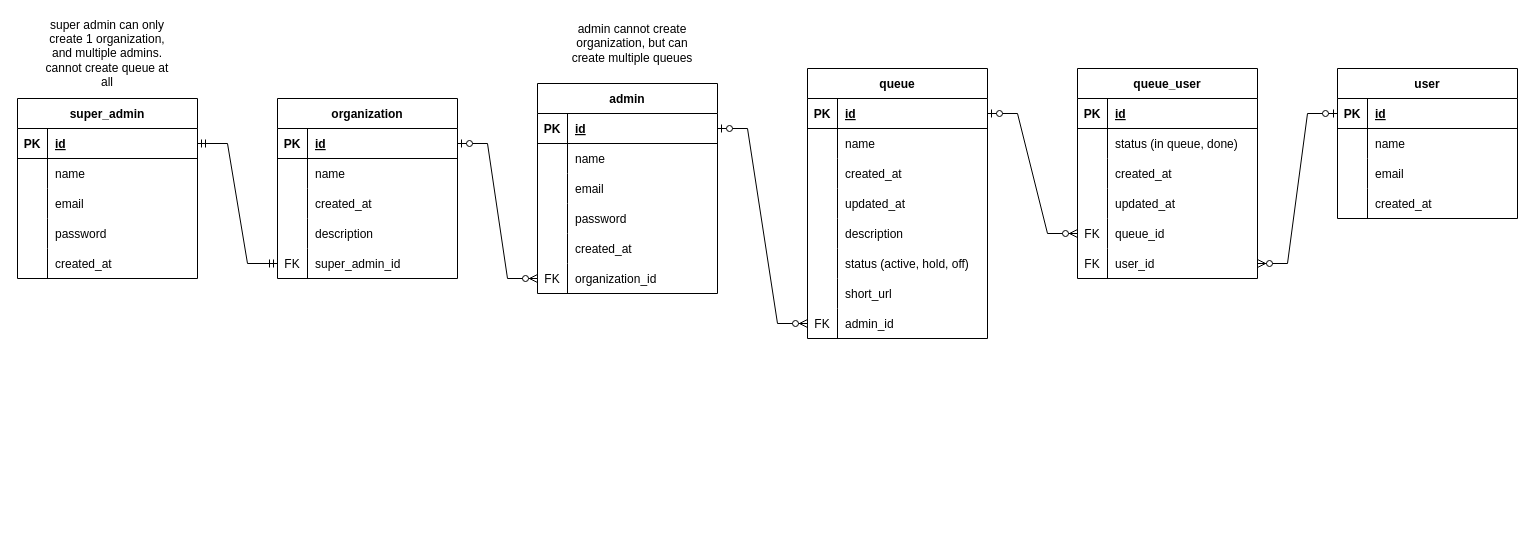
firdausraginda/antriin.id keeps this draw.io diagram as antriin-erd.drawio. Above is the earlier version. Source tidied: cells renumbered, new cells numbered last; positions are measured from the earlier drawing's top-left corner, leaving out a move shared by most shapes. Both pictures are drawn from the tidied source at 100%, with x=0, y=0 at pixel (17, 28).
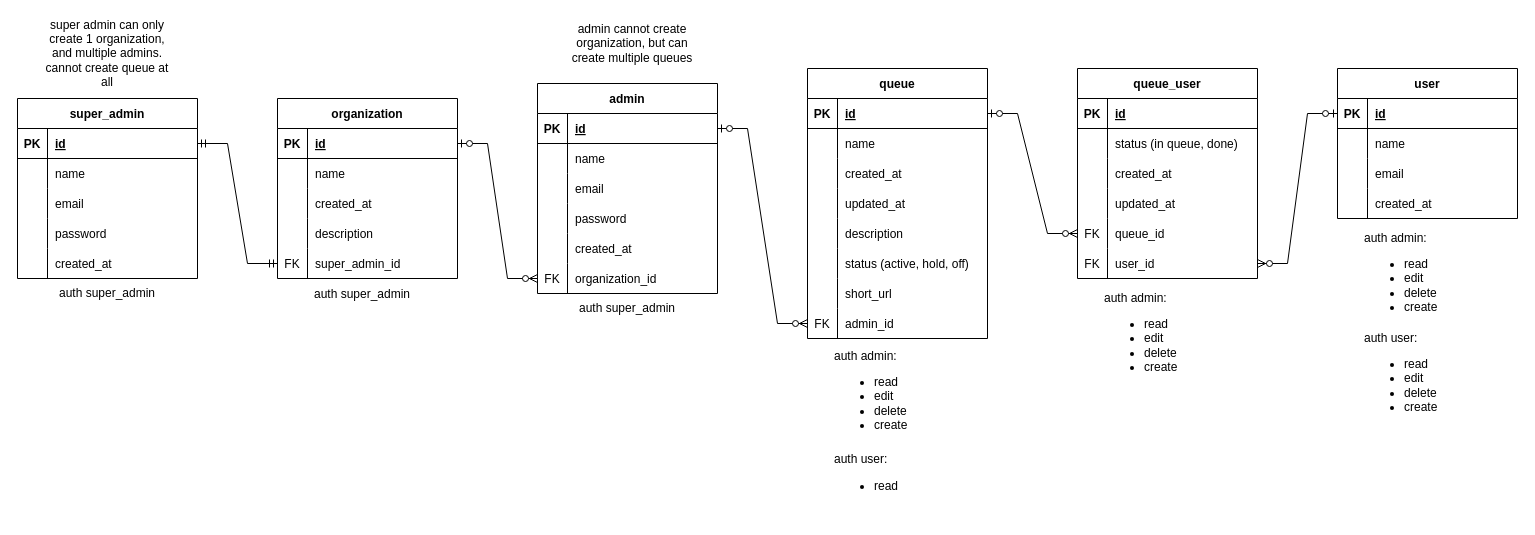
After the change.

The edit, as a diff of the source:
```diff
@@
+    <mxCell id="117" value="auth super_admin" style="text;html=1;strokeColor=none;fillColor=none;align=center;verticalAlign=middle;whiteSpace=wrap;rounded=0;" parent="1" vertex="1">
+      <mxGeometry x="25" y="250" width="130" height="30" as="geometry" />
+    </mxCell>
+    <mxCell id="118" value="auth super_admin" style="text;html=1;strokeColor=none;fillColor=none;align=center;verticalAlign=middle;whiteSpace=wrap;rounded=0;" parent="1" vertex="1">
+      <mxGeometry x="280" y="251" width="130" height="30" as="geometry" />
+    </mxCell>
+    <mxCell id="119" value="auth super_admin" style="text;html=1;strokeColor=none;fillColor=none;align=center;verticalAlign=middle;whiteSpace=wrap;rounded=0;" parent="1" vertex="1">
+      <mxGeometry x="545" y="265" width="130" height="30" as="geometry" />
+    </mxCell>
+    <mxCell id="120" value="&lt;div&gt;auth admin:&lt;/div&gt;&lt;div&gt;&lt;ul&gt;&lt;li&gt;read&lt;/li&gt;&lt;li&gt;edit&lt;/li&gt;&lt;li&gt;delete&lt;/li&gt;&lt;li&gt;create&lt;/li&gt;&lt;/ul&gt;&lt;/div&gt;" style="text;html=1;align=left;verticalAlign=middle;whiteSpace=wrap;rounded=0;" parent="1" vertex="1">
+      <mxGeometry x="815" y="328" width="130" height="80" as="geometry" />
+    </mxCell>
+    <mxCell id="121" value="auth admin:&lt;br&gt;&lt;ul&gt;&lt;li&gt;read&lt;/li&gt;&lt;li&gt;edit&lt;/li&gt;&lt;li&gt;delete&lt;/li&gt;&lt;li&gt;create&lt;/li&gt;&lt;/ul&gt;" style="text;html=1;strokeColor=none;fillColor=none;align=left;verticalAlign=middle;whiteSpace=wrap;rounded=0;" parent="1" vertex="1">
+      <mxGeometry x="1085" y="270" width="130" height="80" as="geometry" />
+    </mxCell>
+    <mxCell id="122" value="&lt;div&gt;auth user:&lt;/div&gt;&lt;div&gt;&lt;ul&gt;&lt;li&gt;read&lt;/li&gt;&lt;/ul&gt;&lt;/div&gt;" style="text;html=1;align=left;verticalAlign=middle;whiteSpace=wrap;rounded=0;" parent="1" vertex="1">
+      <mxGeometry x="815" y="410" width="130" height="80" as="geometry" />
+    </mxCell>
+    <mxCell id="123" value="auth admin:&lt;br&gt;&lt;ul&gt;&lt;li&gt;read&lt;/li&gt;&lt;li&gt;edit&lt;/li&gt;&lt;li&gt;delete&lt;/li&gt;&lt;li&gt;create&lt;/li&gt;&lt;/ul&gt;" style="text;html=1;strokeColor=none;fillColor=none;align=left;verticalAlign=middle;whiteSpace=wrap;rounded=0;" parent="1" vertex="1">
+      <mxGeometry x="1345" y="210" width="130" height="80" as="geometry" />
+    </mxCell>
+    <mxCell id="124" value="auth user:&lt;br&gt;&lt;ul&gt;&lt;li&gt;read&lt;/li&gt;&lt;li&gt;edit&lt;/li&gt;&lt;li&gt;delete&lt;/li&gt;&lt;li&gt;create&lt;/li&gt;&lt;/ul&gt;" style="text;html=1;strokeColor=none;fillColor=none;align=left;verticalAlign=middle;whiteSpace=wrap;rounded=0;" parent="1" vertex="1">
+      <mxGeometry x="1345" y="310" width="130" height="80" as="geometry" />
+    </mxCell>
```
